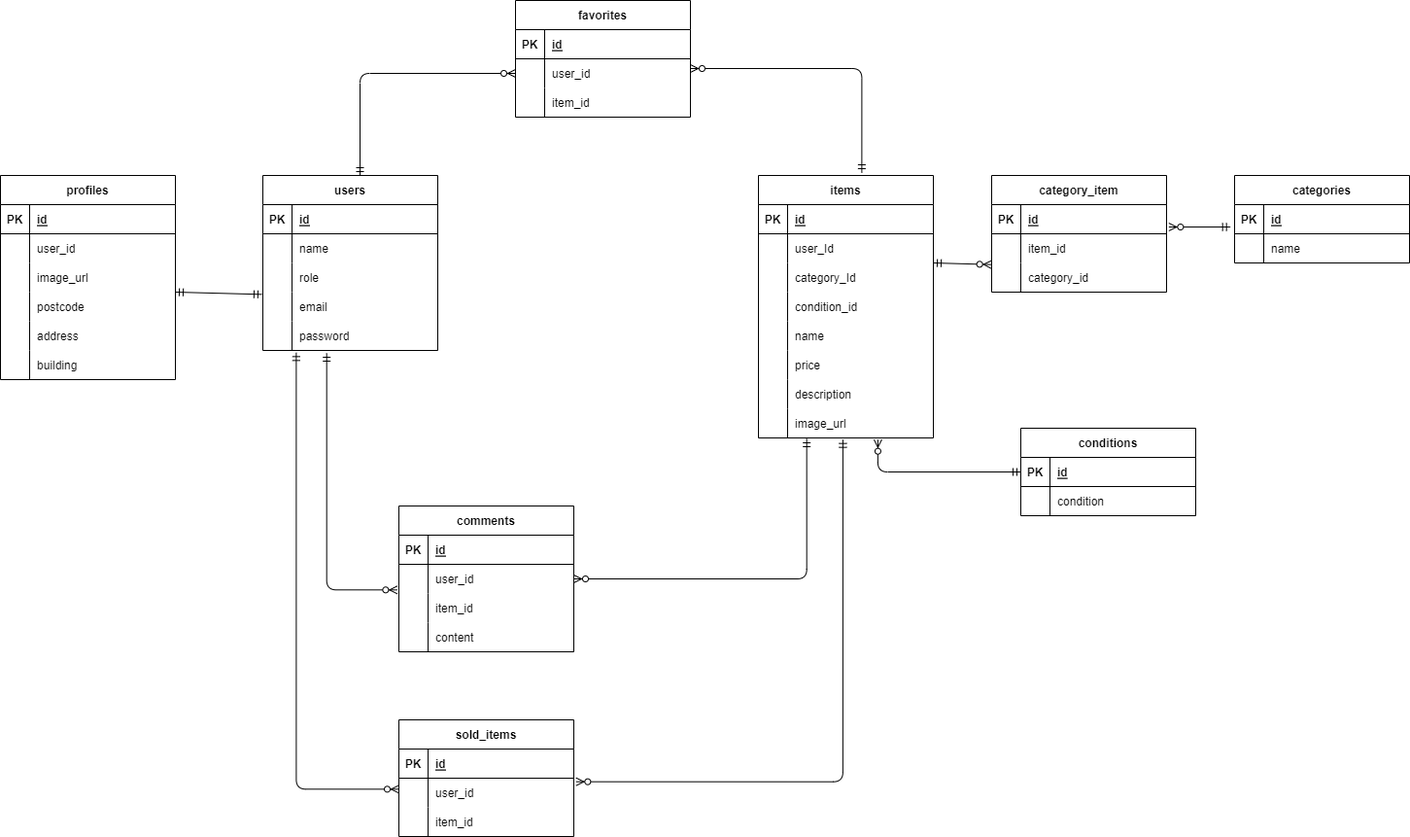
hashi6013/market-form keeps this draw.io diagram as app.drawio.png. Above is the earlier version. Source tidied: cells renumbered, new cells last; positions are measured from the earlier drawing's top-left corner, leaving out a move shared by most shapes.
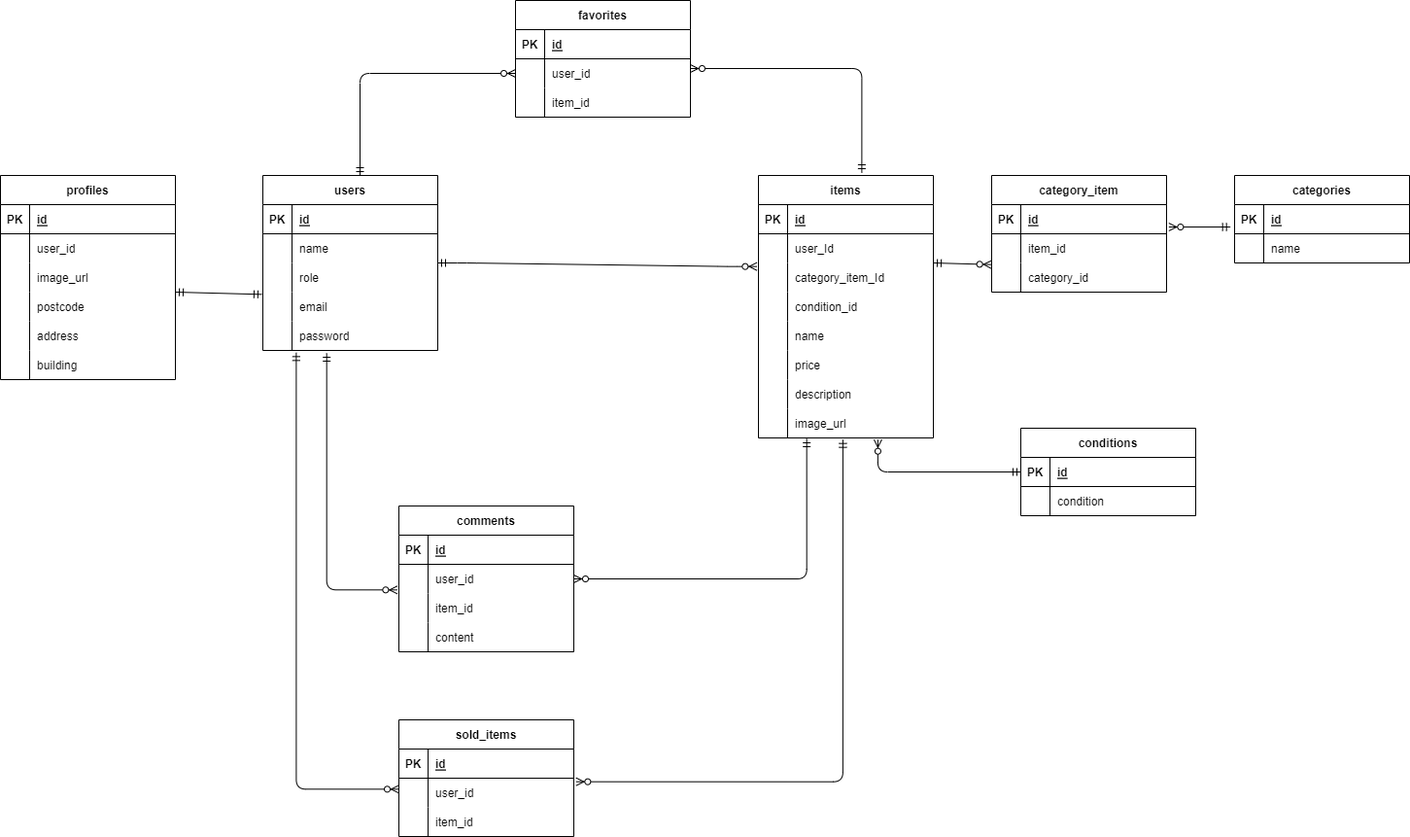
After the change.

Change to the diagram source:
```diff
@@ -134,7 +134,7 @@
     <mxCell id="45" style="shape=partialRectangle;fillColor=none;top=0;left=0;bottom=0;right=0;overflow=hidden;" parent="44" vertex="1">
       <mxGeometry width="30" height="30" as="geometry" />
     </mxCell>
-    <mxCell id="46" value="category_Id" style="shape=partialRectangle;fillColor=none;top=0;left=0;bottom=0;right=0;align=left;spacingLeft=6;overflow=hidden;" parent="44" vertex="1">
+    <mxCell id="46" value="category_item_Id" style="shape=partialRectangle;fillColor=none;top=0;left=0;bottom=0;right=0;align=left;spacingLeft=6;overflow=hidden;" parent="44" vertex="1">
       <mxGeometry x="30" width="150" height="30" as="geometry" />
     </mxCell>
     <mxCell id="47" style="shape=tableRow;horizontal=0;startSize=0;swimlaneHead=0;swimlaneBody=0;fillColor=none;top=0;left=0;right=0;bottom=0;" parent="37" vertex="1">
@@ -320,7 +320,7 @@
         </Array>
       </mxGeometry>
     </mxCell>
-    <mxCell id="105" style="edgeStyle=entityRelationEdgeStyle;fontSize=12;html=1;endArrow=ERzeroToMany;startArrow=ERmandOne;entryX=-0.017;entryY=0.033;entryDx=0;entryDy=0;entryPerimeter=0;" parent="1" edge="1" target="x">
+    <mxCell id="105" style="edgeStyle=entityRelationEdgeStyle;fontSize=12;html=1;endArrow=ERzeroToMany;startArrow=ERmandOne;entryX=-0.009;entryY=0.122;entryDx=0;entryDy=0;entryPerimeter=0;" parent="1" edge="1" target="44">
       <mxGeometry relative="1" as="geometry">
         <mxPoint x="450" y="270" as="sourcePoint" />
       </mxGeometry>
@@ -333,11 +333,6 @@
         </Array>
       </mxGeometry>
     </mxCell>
-    <mxCell id="107" style="edgeStyle=entityRelationEdgeStyle;fontSize=12;html=1;endArrow=ERzeroToMany;startArrow=ERmandOne;exitX=1;exitY=0.5;exitDx=0;exitDy=0;entryX=0;entryY=0.5;entryDx=0;entryDy=0;" parent="1" edge="1" source="x">
-      <mxGeometry relative="1" as="geometry">
-        <mxPoint x="1030" y="285" as="targetPoint" />
-      </mxGeometry>
-    </mxCell>
     <mxCell id="108" style="edgeStyle=orthogonalEdgeStyle;fontSize=12;html=1;endArrow=ERzeroToMany;startArrow=ERmandOne;exitX=0;exitY=0.5;exitDx=0;exitDy=0;entryX=0.683;entryY=1.056;entryDx=0;entryDy=0;entryPerimeter=0;" parent="1" edge="1" source="96" target="59">
       <mxGeometry relative="1" as="geometry">
         <Array as="points">
```
